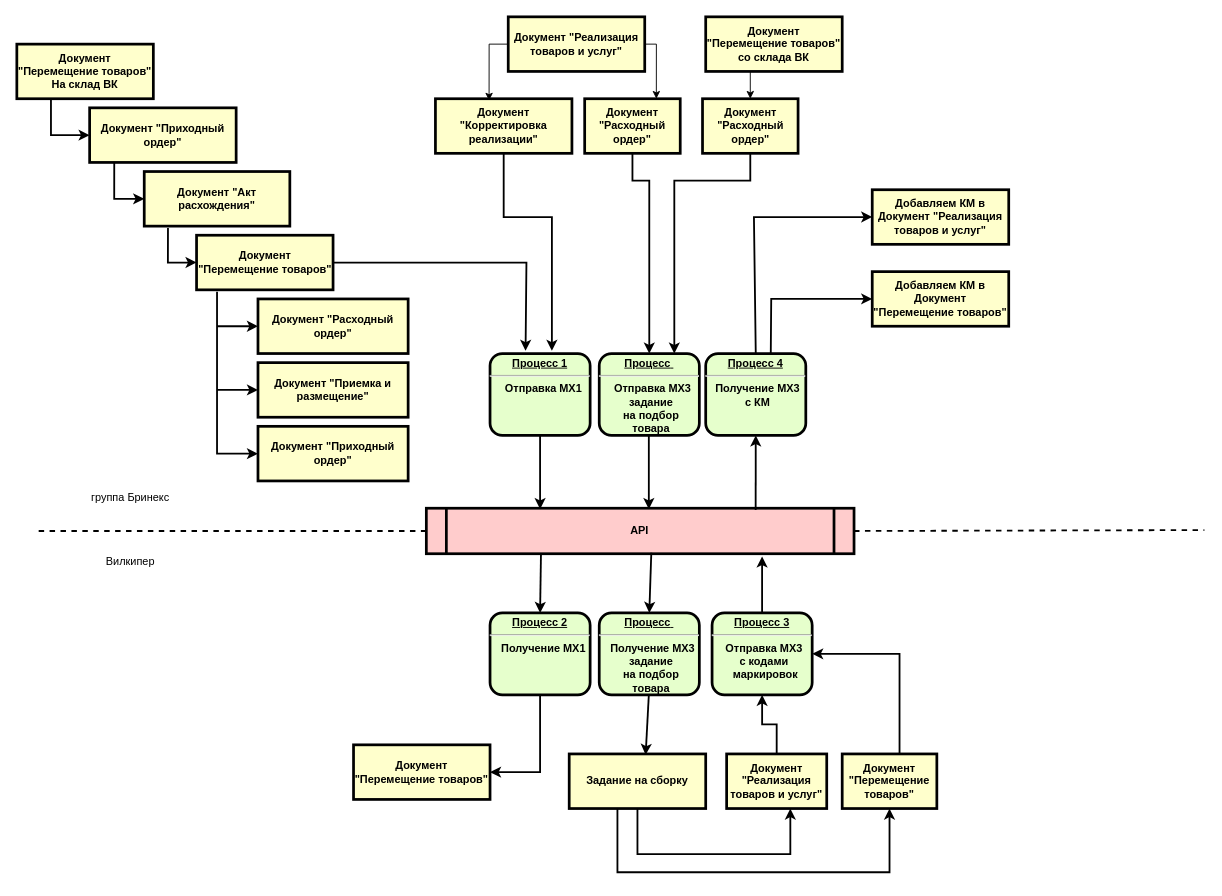
Before: Диаграмма без названия.drawio in extreme-sav/extreme-sav, a draw.io diagram. Source tidied: cells renumbered, new cells numbered last; positions are measured from the earlier drawing's top-left corner, leaving out a move shared by most shapes. Both pictures are drawn from the tidied source at 91%, with x=0, y=0 at pixel (16, 16).
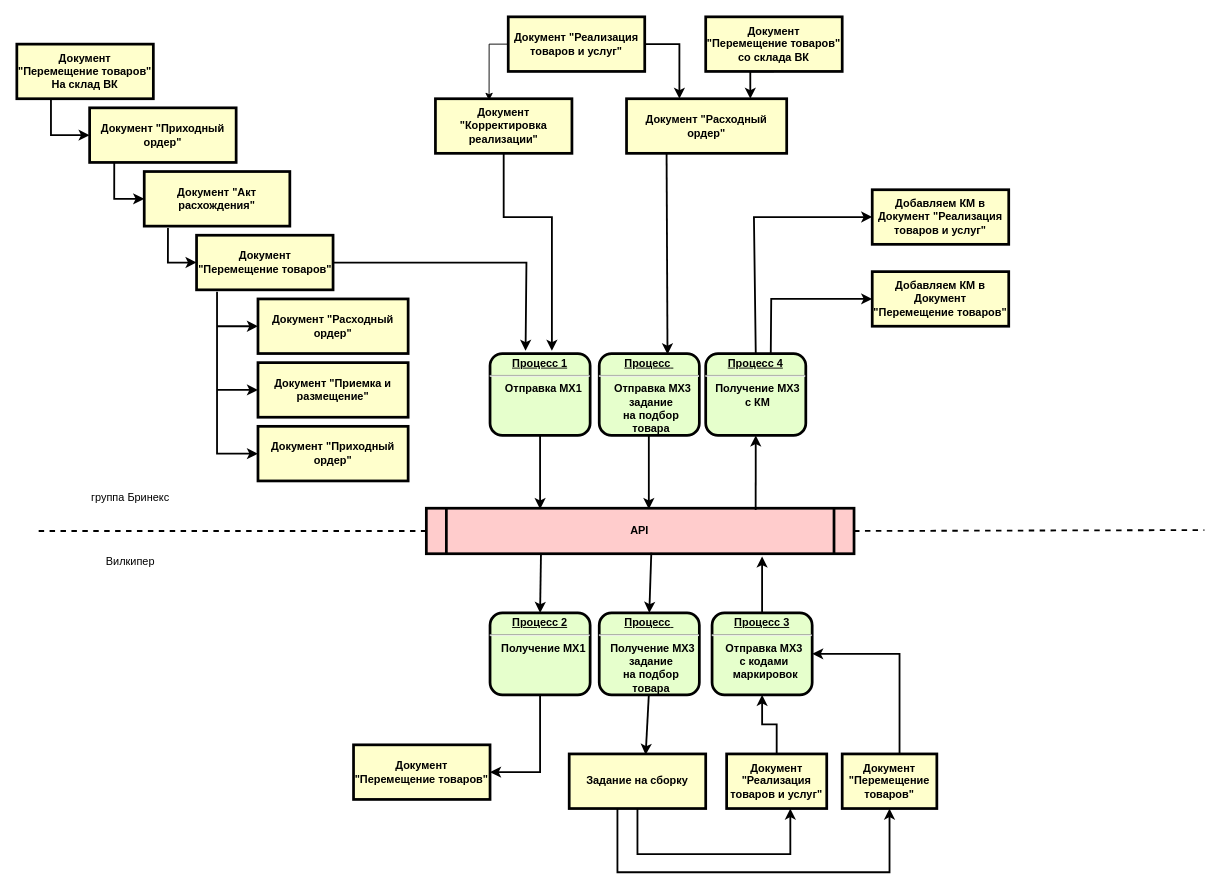
The same page after the edit.

The change refers to these unchanged cells:
```xml
<mxCell id="31" value="Документ &quot;Реализация товаров и услуг&quot;" style="whiteSpace=wrap;align=center;verticalAlign=middle;fontStyle=1;strokeWidth=3;fillColor=#FFFFCC;" parent="1" vertex="1">
  <mxGeometry x="540" width="150" height="60" as="geometry" />
</mxCell>
<mxCell id="40" value="&lt;p style=&quot;margin: 0px; margin-top: 4px; text-align: center; text-decoration: underline;&quot;&gt;&lt;strong&gt;&lt;strong&gt;Процесс&lt;/strong&gt;&amp;nbsp;&lt;br&gt;&lt;/strong&gt;&lt;/p&gt;&lt;hr&gt;&lt;p style=&quot;margin: 0px; margin-left: 8px;&quot;&gt;Отправка МХ3&lt;/p&gt;&lt;p style=&quot;margin: 0px; margin-left: 8px;&quot;&gt;задание&amp;nbsp;&lt;/p&gt;&lt;p style=&quot;margin: 0px; margin-left: 8px;&quot;&gt;на подбор&amp;nbsp;&lt;/p&gt;&lt;p style=&quot;margin: 0px; margin-left: 8px;&quot;&gt;товара&amp;nbsp;&lt;/p&gt;" style="verticalAlign=middle;align=center;overflow=fill;fontSize=12;fontFamily=Helvetica;html=1;rounded=1;fontStyle=1;strokeWidth=3;fillColor=#E6FFCC;" parent="1" vertex="1">
  <mxGeometry x="640" y="370" width="110" height="90" as="geometry" />
</mxCell>
<mxCell id="49" value="Документ &quot;Перемещение товаров&quot;&#10;со склада ВК" style="whiteSpace=wrap;align=center;verticalAlign=middle;fontStyle=1;strokeWidth=3;fillColor=#FFFFCC;" parent="1" vertex="1">
  <mxGeometry x="757" width="150" height="60" as="geometry" />
</mxCell>
```

The edit, as a diff of the source:
```diff
@@
-    <mxCell id="30" style="edgeStyle=orthogonalEdgeStyle;rounded=0;jettySize=auto;html=1;entryX=0.75;entryY=0;entryDx=0;entryDy=0;" parent="1" edge="1" source="31" target="57">
+    <mxCell id="30" style="edgeStyle=orthogonalEdgeStyle;rounded=0;jettySize=auto;html=1;entryX=0.33;entryY=0;entryDx=0;entryDy=0;entryPerimeter=0;strokeWidth=2;" parent="1" edge="1" source="31" target="57">
       <mxGeometry relative="1" as="geometry">
         <Array as="points">
-          <mxPoint x="703" y="30" />
+          <mxPoint x="728" y="30" />
         </Array>
       </mxGeometry>
     </mxCell>
@@
-    <mxCell id="48" style="edgeStyle=orthogonalEdgeStyle;rounded=0;jettySize=auto;html=1;exitX=0.5;exitY=1;exitDx=0;exitDy=0;entryX=0.5;entryY=0;entryDx=0;entryDy=0;" parent="1" edge="1" source="49" target="51">
-      <mxGeometry relative="1" as="geometry" />
+    <mxCell id="48" style="edgeStyle=orthogonalEdgeStyle;rounded=0;jettySize=auto;html=1;exitX=0.5;exitY=1;exitDx=0;exitDy=0;entryX=0.5;entryY=0;entryDx=0;entryDy=0;strokeWidth=2;" parent="1" edge="1" source="49">
+      <mxGeometry relative="1" as="geometry">
+        <mxPoint x="806" y="90" as="targetPoint" />
+      </mxGeometry>
     </mxCell>
@@
-    <mxCell id="50" style="edgeStyle=orthogonalEdgeStyle;rounded=0;jettySize=auto;html=1;entryX=0.75;entryY=0;entryDx=0;entryDy=0;strokeWidth=2;" parent="1" edge="1" source="51" target="40">
-      <mxGeometry relative="1" as="geometry">
-        <Array as="points">
-          <mxPoint x="806" y="180" />
-          <mxPoint x="723" y="180" />
-        </Array>
-      </mxGeometry>
-    </mxCell>
-    <mxCell id="51" value="Документ &quot;Расходный ордер&quot;" style="whiteSpace=wrap;align=center;verticalAlign=middle;fontStyle=1;strokeWidth=3;fillColor=#FFFFCC;" parent="1" vertex="1">
-      <mxGeometry x="753.5" y="90" width="105" height="60" as="geometry" />
-    </mxCell>
@@
+    <mxCell id="57" value="Документ &quot;Расходный ордер&quot;" style="whiteSpace=wrap;align=center;verticalAlign=middle;fontStyle=1;strokeWidth=3;fillColor=#FFFFCC;" parent="1" vertex="1">
+      <mxGeometry x="670" y="90" width="176" height="60" as="geometry" />
+    </mxCell>
-    <mxCell id="56" style="edgeStyle=orthogonalEdgeStyle;rounded=0;jettySize=auto;html=1;entryX=0.5;entryY=0;entryDx=0;entryDy=0;strokeWidth=2;" parent="1" edge="1" source="57" target="40">
-      <mxGeometry relative="1" as="geometry">
-        <Array as="points">
-          <mxPoint x="677" y="180" />
-          <mxPoint x="695" y="180" />
-        </Array>
-      </mxGeometry>
+    <mxCell id="56" style="endArrow=classic;html=1;rounded=0;exitX=0.25;exitY=1;exitDx=0;exitDy=0;entryX=0.682;entryY=0.011;entryDx=0;entryDy=0;entryPerimeter=0;strokeWidth=2;" parent="1" edge="1" source="57" target="40">
+      <mxGeometry relative="1" as="geometry" />
     </mxCell>
-    <mxCell id="57" value="Документ &quot;Расходный ордер&quot;" style="whiteSpace=wrap;align=center;verticalAlign=middle;fontStyle=1;strokeWidth=3;fillColor=#FFFFCC;" parent="1" vertex="1">
-      <mxGeometry x="624" y="90" width="105" height="60" as="geometry" />
-    </mxCell>
```
